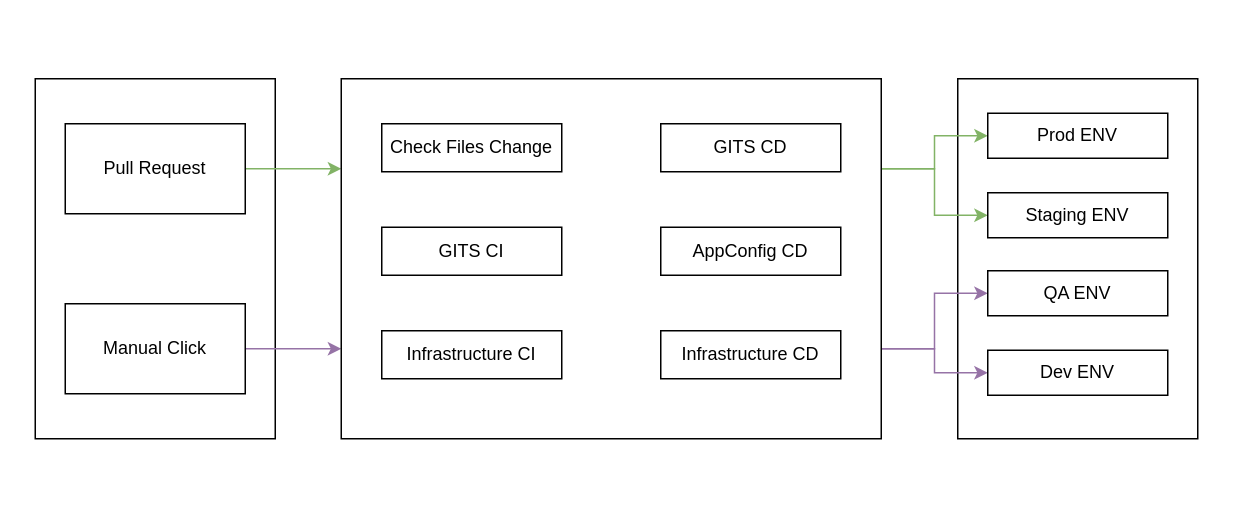
Earlier version of the draw.io diagram GITS CICD.drawio (wangpengming/drawio). Source tidied: cells renumbered, new cells numbered last; positions are measured from the earlier drawing's top-left corner, leaving out a move shared by most shapes. Both pictures are drawn from the tidied source at 150%, with x=0, y=0 at pixel (34, 78).
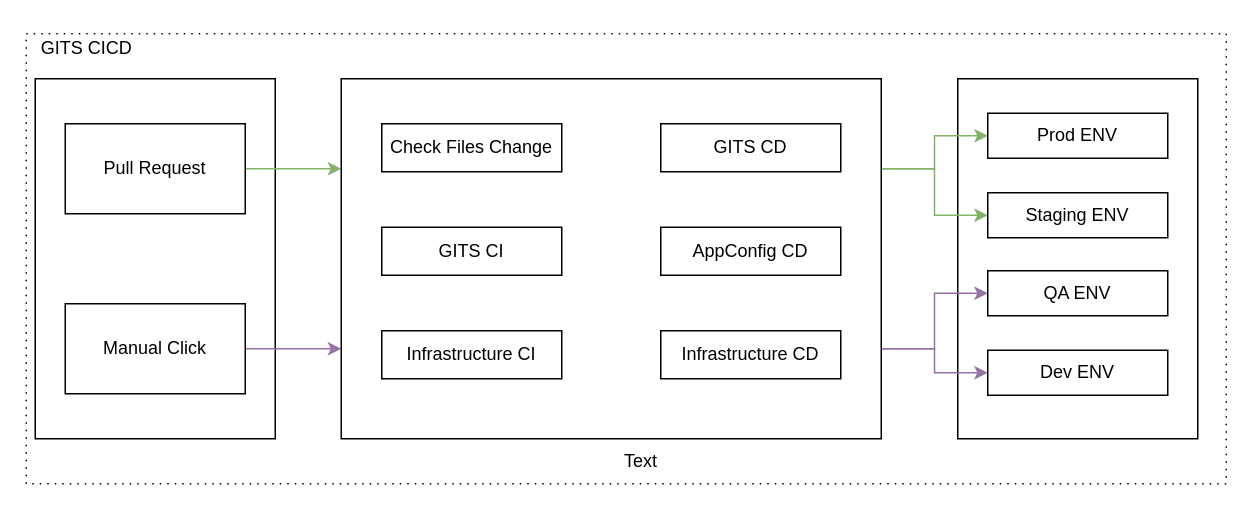
After the change.

The edit, as a diff of the source:
```diff
@@
+    <mxCell id="23" style="rounded=0;whiteSpace=wrap;html=1;fillColor=none;dashed=1;dashPattern=1 4;" parent="1" vertex="1">
+      <mxGeometry x="-6" y="-30" width="800" height="300" as="geometry" />
+    </mxCell>
+    <mxCell id="24" value="Text" style="text;html=1;strokeColor=none;fillColor=none;align=center;verticalAlign=middle;whiteSpace=wrap;rounded=0;" parent="1" vertex="1">
+      <mxGeometry x="374" y="240" width="60" height="30" as="geometry" />
+    </mxCell>
+    <mxCell id="25" value="GITS CICD" style="text;html=1;align=center;verticalAlign=middle;strokeColor=none;fillColor=none;" parent="1" vertex="1">
+      <mxGeometry x="-6" y="-35" width="80" height="30" as="geometry" />
+    </mxCell>
```
